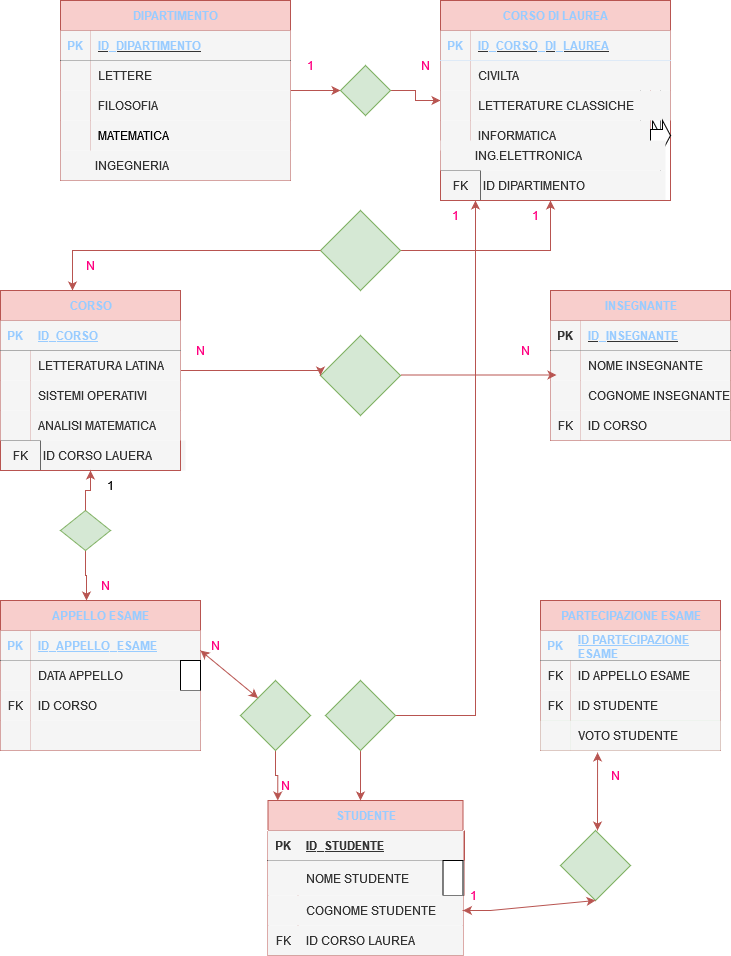
Above: DB UNIVERSITY.drawio.png in Th4Dude/db-university (draw.io), before the change. Source tidied: cells renumbered, new cells last; positions are measured from the earlier drawing's top-left corner, leaving out a move shared by most shapes.
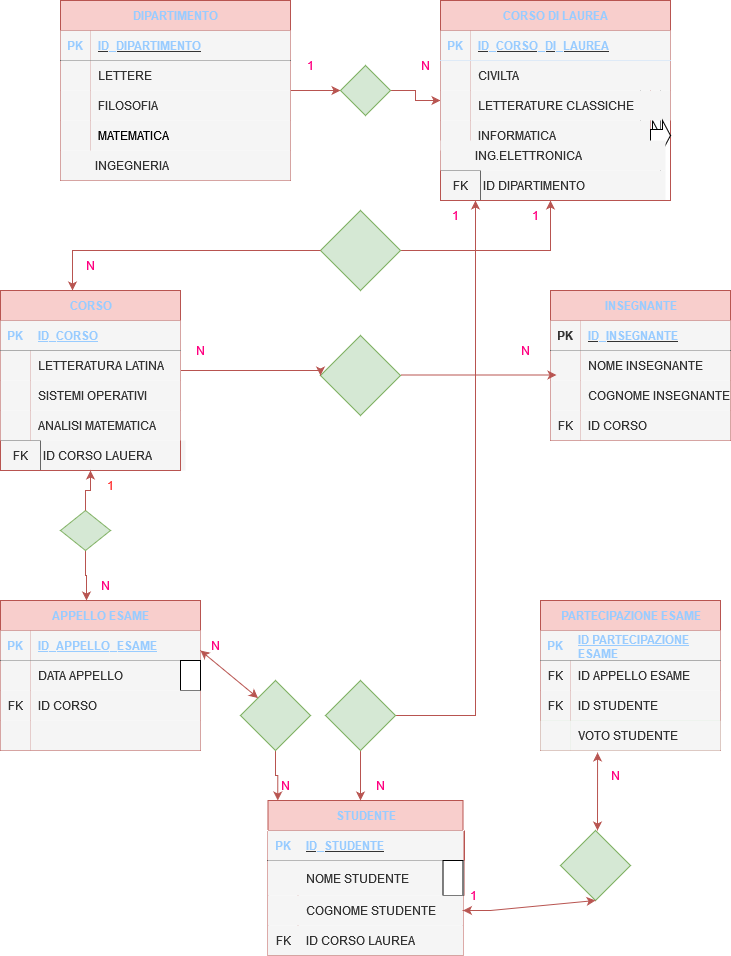
The same file after the commit.

Change to the diagram source:
```diff
@@ -203,16 +203,16 @@
     <mxCell id="68" value="ID CORSO" style="shape=partialRectangle;fillColor=#f5f5f5;top=0;left=0;bottom=0;right=0;align=left;spacingLeft=6;overflow=hidden;whiteSpace=wrap;html=1;fontColor=#333333;strokeColor=#666666;" parent="66" vertex="1">
       <mxGeometry x="30" width="150" height="30" as="geometry" />
     </mxCell>
-    <mxCell id="69" value="&lt;font color=&quot;#99ccff&quot;&gt;STUDENTE&lt;/font&gt;" style="shape=table;startSize=30;rowLines=0;fontStyle=1;align=center;html=1;fillColor=#f8cecc;strokeColor=#b85450;" parent="1" vertex="1">
+    <mxCell id="69" value="&lt;font&gt;STUDENTE&lt;/font&gt;" style="shape=table;startSize=30;rowLines=0;fontStyle=1;align=center;html=1;fillColor=#f8cecc;strokeColor=#b85450;fontColor=#99CCFF;" parent="1" vertex="1">
       <mxGeometry x="267.5" y="800" width="195" height="155" as="geometry" />
     </mxCell>
-    <mxCell id="70" style="shape=tableRow;horizontal=0;startSize=0;swimlaneHead=0;swimlaneBody=0;fillColor=none;top=0;left=0;right=0;bottom=1;" parent="69" vertex="1">
+    <mxCell id="70" style="shape=tableRow;horizontal=0;startSize=0;swimlaneHead=0;swimlaneBody=0;fillColor=none;top=0;left=0;right=0;bottom=1;fontColor=#99CCFF;" parent="69" vertex="1">
       <mxGeometry y="30" width="195" height="30" as="geometry" />
     </mxCell>
-    <mxCell id="71" value="PK" style="shape=partialRectangle;fillColor=#f5f5f5;top=0;left=0;bottom=0;right=0;fontStyle=1;overflow=hidden;whiteSpace=wrap;html=1;fontColor=#333333;strokeColor=#666666;" parent="70" vertex="1">
+    <mxCell id="71" value="PK" style="shape=partialRectangle;fillColor=#f5f5f5;top=0;left=0;bottom=0;right=0;fontStyle=1;overflow=hidden;whiteSpace=wrap;html=1;fontColor=#99CCFF;strokeColor=#666666;" parent="70" vertex="1">
       <mxGeometry width="30" height="30" as="geometry" />
     </mxCell>
-    <mxCell id="72" value="ID_STUDENTE" style="shape=partialRectangle;fillColor=#f5f5f5;top=0;left=0;bottom=0;right=0;align=left;spacingLeft=6;fontStyle=5;overflow=hidden;whiteSpace=wrap;html=1;fontColor=#333333;strokeColor=#666666;" parent="70" vertex="1">
+    <mxCell id="72" value="&lt;font color=&quot;#99ccff&quot;&gt;ID_STUDENTE&lt;/font&gt;" style="shape=partialRectangle;fillColor=#f5f5f5;top=0;left=0;bottom=0;right=0;align=left;spacingLeft=6;fontStyle=5;overflow=hidden;whiteSpace=wrap;html=1;strokeColor=#666666;fontColor=#333333;" parent="70" vertex="1">
       <mxGeometry x="30" width="165" height="30" as="geometry" />
     </mxCell>
     <mxCell id="73" style="shape=tableRow;horizontal=0;startSize=0;swimlaneHead=0;swimlaneBody=0;fillColor=none;top=0;left=0;right=0;bottom=0;" parent="69" vertex="1">
@@ -361,7 +361,7 @@
     <mxCell id="117" value="N" style="text;html=1;align=center;verticalAlign=middle;fontColor=#FF0080;" parent="1" vertex="1">
       <mxGeometry x="90" y="570" width="30" height="30" as="geometry" />
     </mxCell>
-    <mxCell id="118" value="1" style="text;html=1;align=center;verticalAlign=middle;" parent="1" vertex="1">
+    <mxCell id="118" value="1" style="text;html=1;align=center;verticalAlign=middle;fontColor=#FF3333;" parent="1" vertex="1">
       <mxGeometry x="95" y="470" width="30" height="30" as="geometry" />
     </mxCell>
     <mxCell id="119" style="edgeStyle=orthogonalEdgeStyle;rounded=0;jettySize=auto;html=1;fontColor=#FF3333;fillColor=#f8cecc;strokeColor=#b85450;" parent="1" edge="1" source="121">
@@ -514,5 +514,8 @@
     <mxCell id="164" value="ANALISI MATEMATICA" style="shape=partialRectangle;fillColor=#f5f5f5;top=0;left=0;bottom=0;right=0;align=left;spacingLeft=6;overflow=hidden;whiteSpace=wrap;html=1;fontColor=#333333;strokeColor=#666666;" parent="162" vertex="1">
       <mxGeometry x="30" width="150" height="30" as="geometry" />
     </mxCell>
+    <mxCell id="165" value="N" style="text;html=1;align=center;verticalAlign=middle;fontColor=#FF0080;" parent="1" vertex="1">
+      <mxGeometry x="365" y="770" width="30" height="30" as="geometry" />
+    </mxCell>
   </root>
 </mxGraphModel>
```
